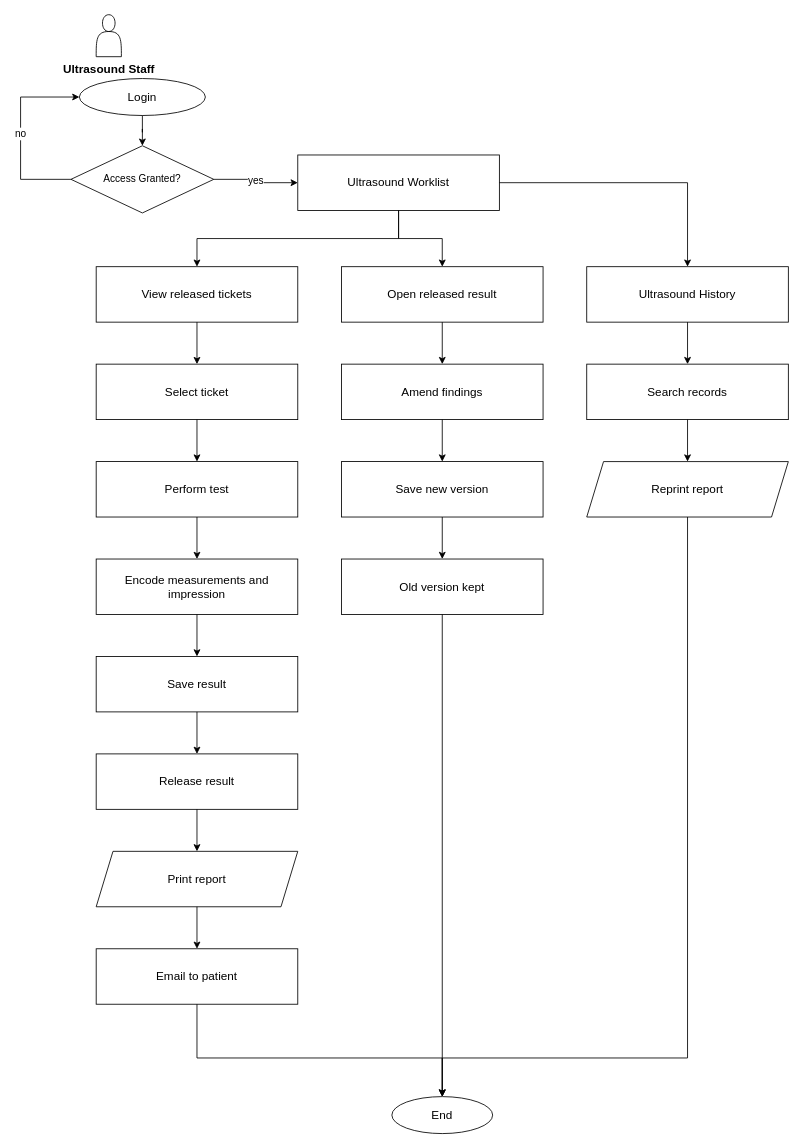
This is page "Ultrasound" (6 of 8) of docs/diagrams/flowcharts.drawio from steven23lz/Enlogada-Clinic-Management-System, a draw.io file, before an edit. Source tidied: cells renumbered, new cells numbered last; positions are measured from the earlier drawing's top-left corner, leaving out a move shared by most shapes. Both pictures are drawn from the tidied source at 84%, with x=0, y=0 at pixel (20, 14).
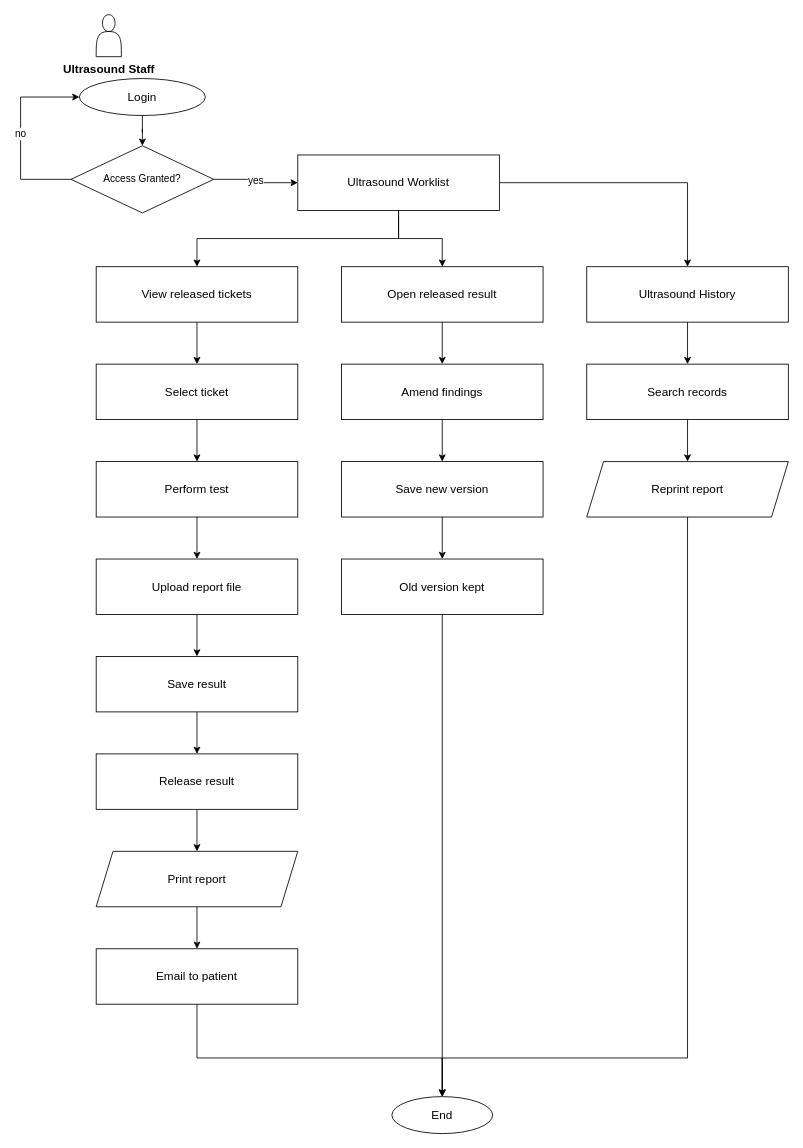
Above is the later version.

Change to the diagram source:
```diff
@@
-    <mxCell id="12" value="Encode measurements and impression" style="rounded=0;whiteSpace=wrap;html=1;fontFamily=Helvetica;fontSize=14;fontColor=#000000;strokeColor=#000000;" parent="1" vertex="1">
+    <mxCell id="12" value="Upload report file" style="rounded=0;whiteSpace=wrap;html=1;fontFamily=Helvetica;fontSize=14;fontColor=#000000;strokeColor=#000000;" parent="1" vertex="1">
       <mxGeometry x="90" y="648" width="240" height="66" as="geometry" />
     </mxCell>
```
